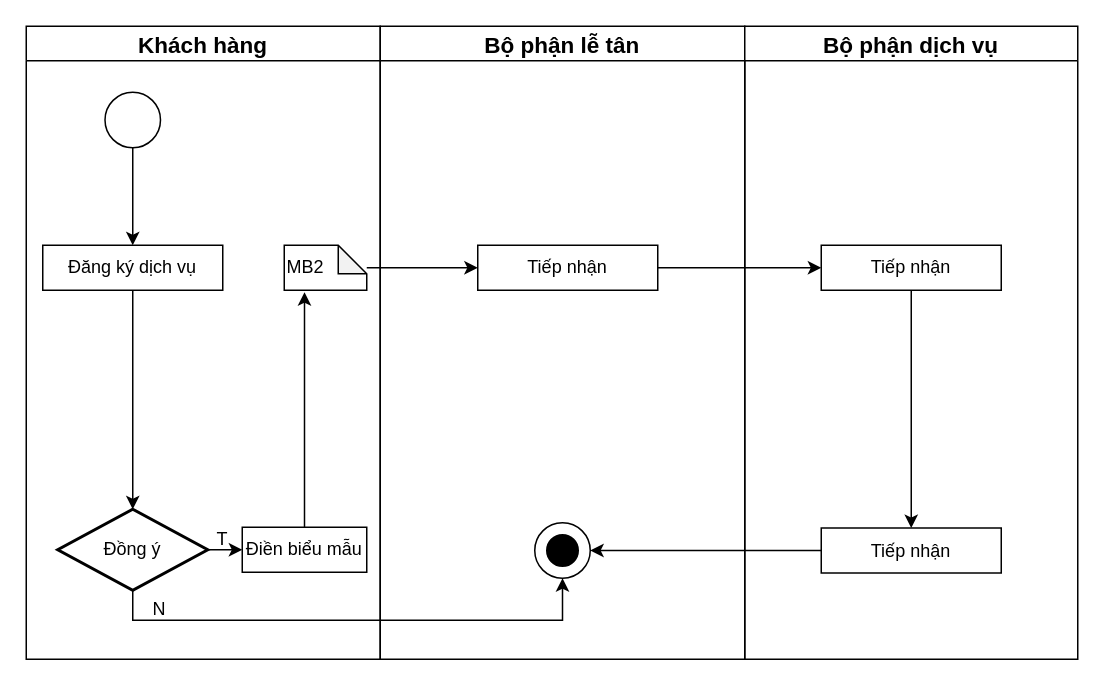
Above: chart_2.drawio in gakucode0602/Chart (draw.io), before the change. Source tidied: cells renumbered, new cells numbered last; positions are measured from the earlier drawing's top-left corner, leaving out a move shared by most shapes. Both pictures are drawn from the tidied source at 150%, with x=0, y=0 at pixel (26, 26).
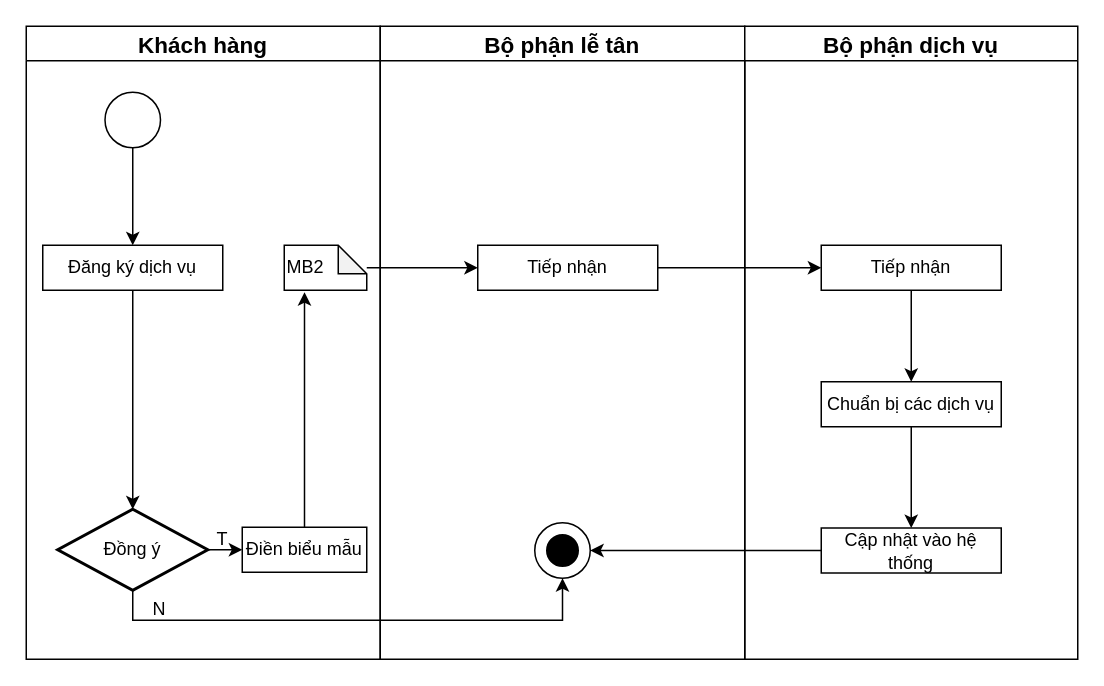
The same diagram, later.

Commit message (it also covers changes not shown here):
Cập nhật chart_2.drawio

The change refers to these unchanged cells:
```xml
<mxCell id="18" value="Bộ phận dịch vụ" style="swimlane;whiteSpace=wrap;html=1;fontSize=15;" parent="1" vertex="1">
  <mxGeometry x="479" width="222" height="422" as="geometry" />
</mxCell>
<mxCell id="20" value="Tiếp nhận" style="rounded=0;whiteSpace=wrap;html=1;" parent="18" vertex="1">
  <mxGeometry x="51" y="146" width="120" height="30" as="geometry" />
</mxCell>
```

Diff of the diagram source:
```diff
@@
-    <mxCell id="19" style="edgeStyle=orthogonalEdgeStyle;rounded=0;jettySize=auto;html=1;entryX=0.5;entryY=0;entryDx=0;entryDy=0;" parent="18" edge="1" source="20" target="21">
-      <mxGeometry relative="1" as="geometry" />
-    </mxCell>
+    <mxCell id="26" style="edgeStyle=orthogonalEdgeStyle;rounded=0;jettySize=auto;html=1;entryX=0.5;entryY=0;entryDx=0;entryDy=0;" parent="18" edge="1" source="20" target="28">
+      <mxGeometry relative="1" as="geometry" />
+    </mxCell>
@@
-    <mxCell id="21" value="Tiếp nhận" style="rounded=0;whiteSpace=wrap;html=1;" parent="18" vertex="1">
+    <mxCell id="21" value="Cập nhật vào hệ thống" style="rounded=0;whiteSpace=wrap;html=1;" parent="18" vertex="1">
       <mxGeometry x="51" y="334.5" width="120" height="30" as="geometry" />
     </mxCell>
+    <mxCell id="27" style="edgeStyle=orthogonalEdgeStyle;rounded=0;jettySize=auto;html=1;entryX=0.5;entryY=0;entryDx=0;entryDy=0;" parent="18" edge="1" source="28" target="21">
+      <mxGeometry relative="1" as="geometry" />
+    </mxCell>
+    <mxCell id="28" value="Chuẩn bị các dịch vụ" style="rounded=0;whiteSpace=wrap;html=1;" parent="18" vertex="1">
+      <mxGeometry x="51" y="237" width="120" height="30" as="geometry" />
+    </mxCell>
```
